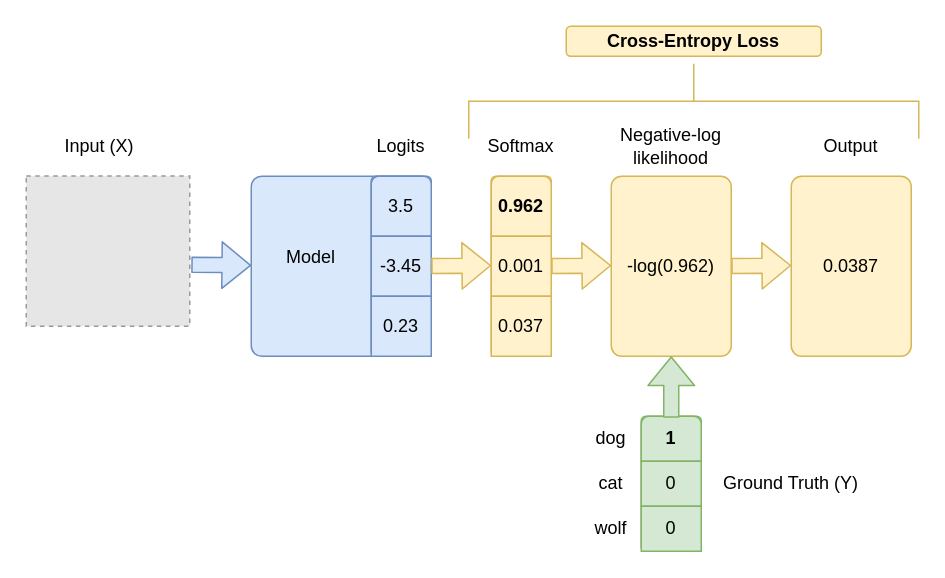
This is notes/permanent/diagrams/cross-entropy-loss-function.drawio from lextoumbourou/notes, a draw.io file, before an edit. Source tidied: cells renumbered, new cells numbered last; positions are measured from the earlier drawing's top-left corner, leaving out a move shared by most shapes. Both pictures are drawn from the tidied source at 150%, with x=0, y=0 at pixel (26, -124). Pictures stored in the file or linked from it are replaced by grey dashed boxes.
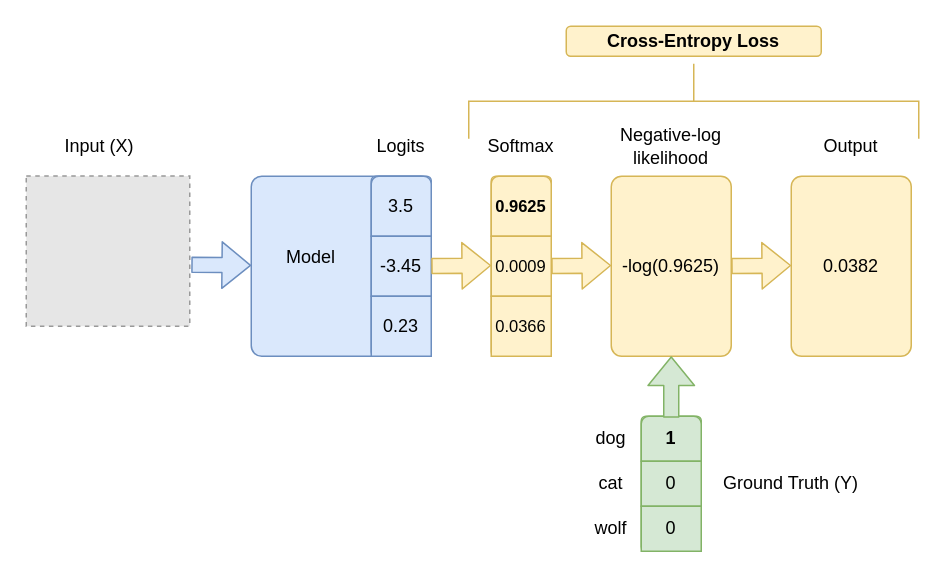
The same diagram, later.

Commit message (it also covers changes not shown here):
Add code and refactor cross entropy note.

The change refers to these unchanged cells:
```xml
<mxCell id="21" style="html=1;shadow=0;dashed=0;shape=mxgraph.bootstrap.rrect;rSize=3;html=1;whiteSpace=wrap;fillColor=#fff2cc;align=center;strokeColor=#d6b656;strokeWidth=1;" parent="1" vertex="1">
  <mxGeometry x="310" y="200" width="40" height="120" as="geometry" />
</mxCell>
```

The edit, as a diff of the source:
```diff
@@
-    <mxCell id="22" value="&lt;b&gt;0.962&lt;/b&gt;" style="strokeColor=inherit;fillColor=inherit;gradientColor=inherit;fontColor=inherit;html=1;shadow=0;dashed=0;shape=mxgraph.bootstrap.topButton;rSize=5;perimeter=none;whiteSpace=wrap;align=center;spacing=10;" parent="21" vertex="1">
+    <mxCell id="22" value="&lt;b style=&quot;font-size: 11px;&quot;&gt;0.9625&lt;/b&gt;" style="strokeColor=inherit;fillColor=inherit;gradientColor=inherit;fontColor=inherit;html=1;shadow=0;dashed=0;shape=mxgraph.bootstrap.topButton;rSize=5;perimeter=none;whiteSpace=wrap;align=center;spacing=10;fontSize=11;" parent="21" vertex="1">
       <mxGeometry width="40" height="40" relative="1" as="geometry" />
     </mxCell>
-    <mxCell id="23" value="0.001" style="strokeColor=inherit;fillColor=inherit;gradientColor=inherit;fontColor=inherit;html=1;shadow=0;dashed=0;perimeter=none;whiteSpace=wrap;align=center;spacing=10;" parent="21" vertex="1">
+    <mxCell id="23" value="0.0009" style="strokeColor=inherit;fillColor=inherit;gradientColor=inherit;fontColor=inherit;html=1;shadow=0;dashed=0;perimeter=none;whiteSpace=wrap;align=center;spacing=10;fontSize=11;" parent="21" vertex="1">
       <mxGeometry width="40" height="40" relative="1" as="geometry">
         <mxPoint y="40" as="offset" />
       </mxGeometry>
     </mxCell>
-    <mxCell id="24" value="0.037" style="strokeColor=inherit;fillColor=inherit;gradientColor=inherit;fontColor=inherit;html=1;shadow=0;dashed=0;perimeter=none;whiteSpace=wrap;align=center;spacing=10;" parent="21" vertex="1">
+    <mxCell id="24" value="0.0366" style="strokeColor=inherit;fillColor=inherit;gradientColor=inherit;fontColor=inherit;html=1;shadow=0;dashed=0;perimeter=none;whiteSpace=wrap;align=center;spacing=10;fontSize=11;" parent="21" vertex="1">
       <mxGeometry width="40" height="40" relative="1" as="geometry">
         <mxPoint y="80" as="offset" />
       </mxGeometry>
     </mxCell>
@@
-    <mxCell id="28" value="-log(0.962)" style="rounded=1;whiteSpace=wrap;html=1;absoluteArcSize=1;arcSize=14;strokeWidth=1;align=center;fillColor=#fff2cc;strokeColor=#d6b656;" parent="1" vertex="1">
+    <mxCell id="28" value="-log(0.9625)" style="rounded=1;whiteSpace=wrap;html=1;absoluteArcSize=1;arcSize=14;strokeWidth=1;align=center;fillColor=#fff2cc;strokeColor=#d6b656;" parent="1" vertex="1">
       <mxGeometry x="390" y="200" width="80" height="120" as="geometry" />
     </mxCell>
@@
-    <mxCell id="31" value="0.0387" style="rounded=1;whiteSpace=wrap;html=1;absoluteArcSize=1;arcSize=14;strokeWidth=1;align=center;fillColor=#fff2cc;strokeColor=#d6b656;" parent="1" vertex="1">
+    <mxCell id="31" value="0.0382" style="rounded=1;whiteSpace=wrap;html=1;absoluteArcSize=1;arcSize=14;strokeWidth=1;align=center;fillColor=#fff2cc;strokeColor=#d6b656;" parent="1" vertex="1">
       <mxGeometry x="510" y="200" width="80" height="120" as="geometry" />
     </mxCell>
```
